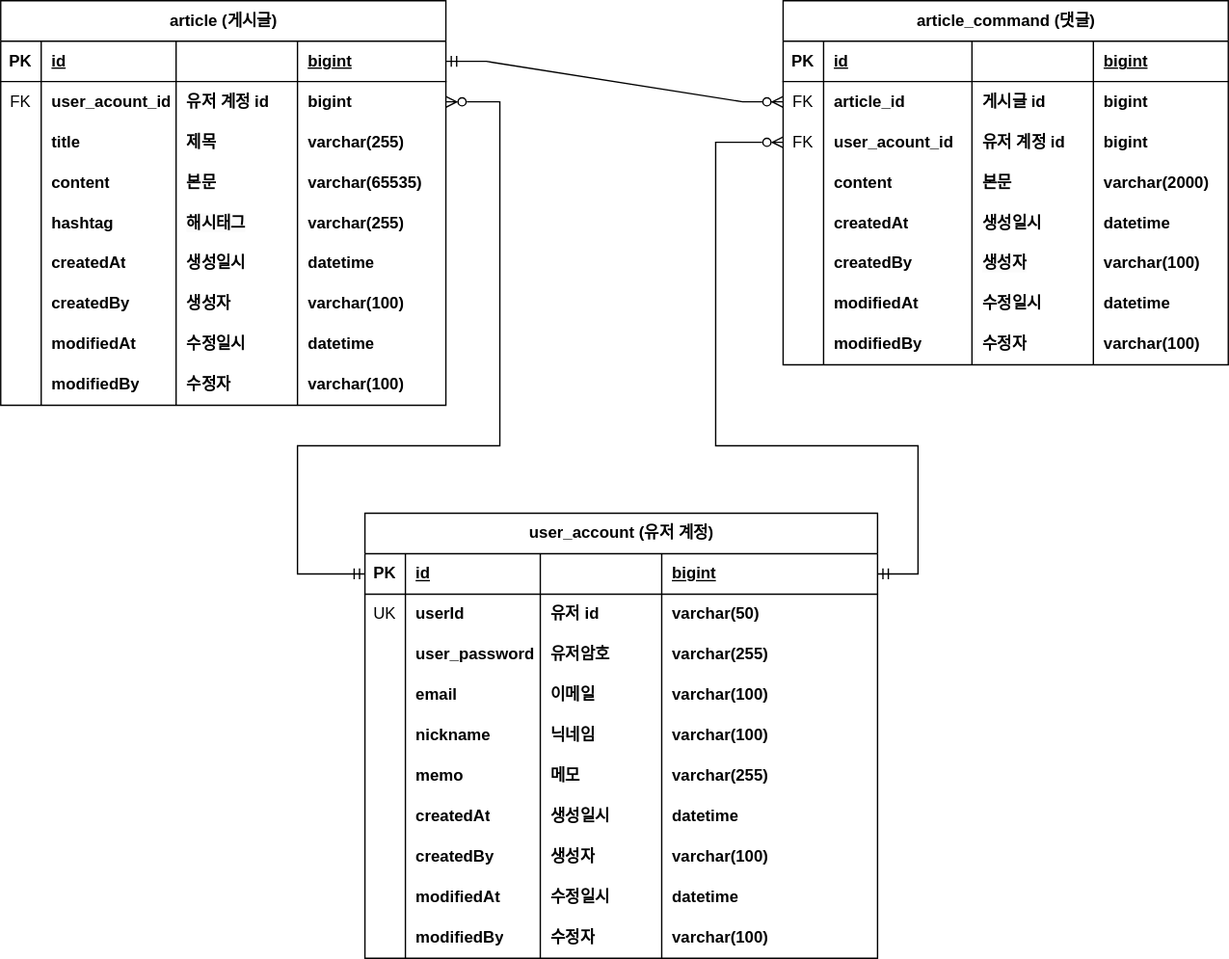
The draw.io diagram document/project-board-erd.svg in Yang-Sooyoung/fastcampus-project-board, before a commit. Source tidied: cells renumbered, new cells last; positions are measured from the earlier drawing's top-left corner, leaving out a move shared by most shapes.
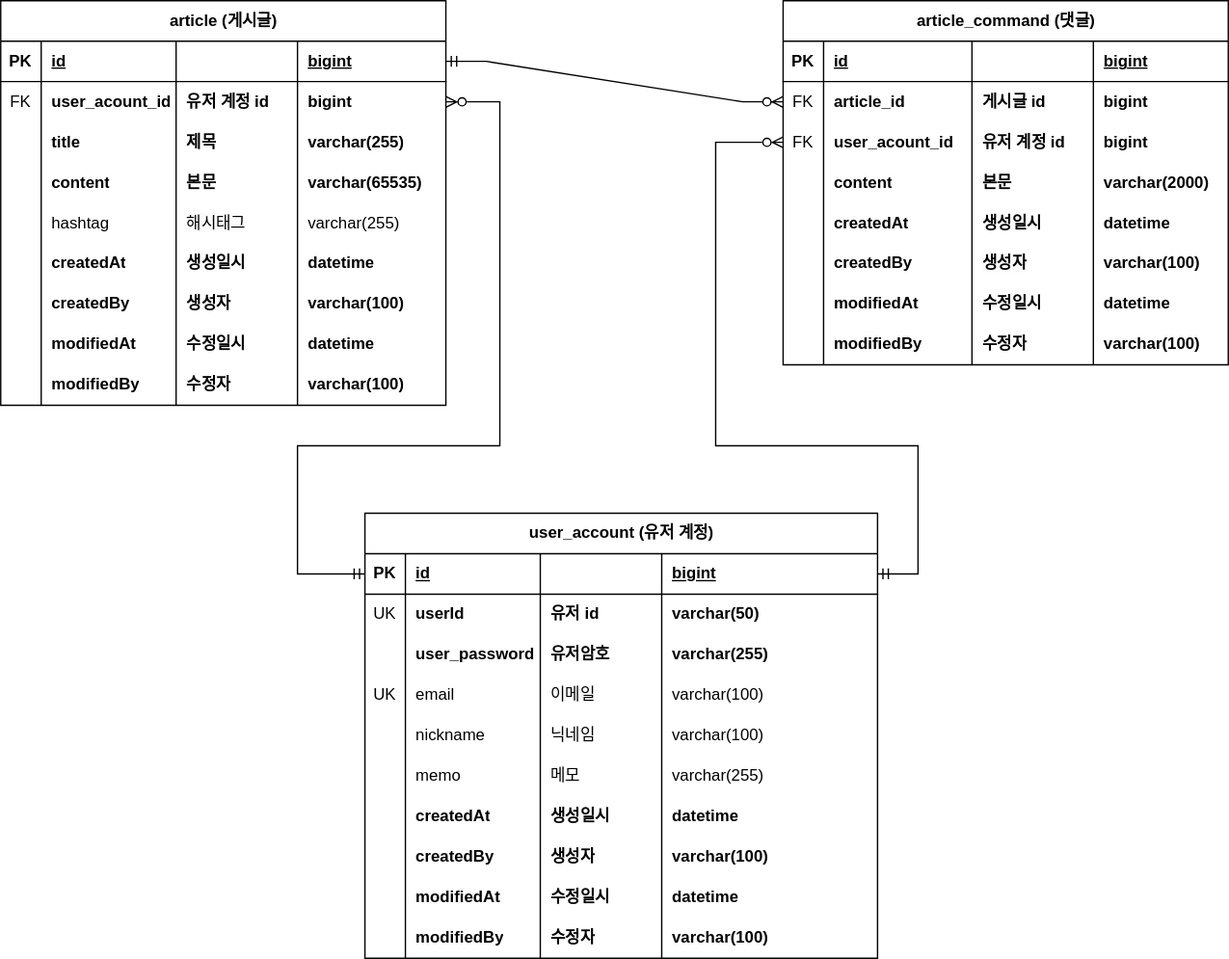
After the change.

Commit message:
#35 - erd 업데이트: 회원 계정 도메인의 이메일에 유니크 키 추가

Diff of the diagram source:
```diff
@@ -71,13 +71,13 @@
     <mxCell id="24" style="shape=partialRectangle;fillColor=none;top=0;left=0;bottom=0;right=0;overflow=hidden;whiteSpace=wrap;html=1;" parent="23" vertex="1">
       <mxGeometry width="30" height="30" as="geometry" />
     </mxCell>
-    <mxCell id="25" value="hashtag" style="shape=partialRectangle;fillColor=none;top=0;left=0;bottom=0;right=0;align=left;spacingLeft=6;overflow=hidden;whiteSpace=wrap;html=1;fontStyle=1;" parent="23" vertex="1">
+    <mxCell id="25" value="hashtag" style="shape=partialRectangle;fillColor=none;top=0;left=0;bottom=0;right=0;align=left;spacingLeft=6;overflow=hidden;whiteSpace=wrap;html=1;fontStyle=0;" parent="23" vertex="1">
       <mxGeometry x="30" width="100" height="30" as="geometry" />
     </mxCell>
-    <mxCell id="26" value="&lt;span style=&quot;color: rgb(0, 0, 0); font-family: Helvetica; font-size: 12px; font-style: normal; font-variant-ligatures: normal; font-variant-caps: normal; font-weight: 700; letter-spacing: normal; orphans: 2; text-align: left; text-indent: 0px; text-transform: none; widows: 2; word-spacing: 0px; -webkit-text-stroke-width: 0px; background-color: rgb(251, 251, 251); text-decoration-thickness: initial; text-decoration-style: initial; text-decoration-color: initial; float: none; display: inline !important;&quot;&gt;해시태그&lt;/span&gt;" style="shape=partialRectangle;fillColor=none;top=0;left=0;bottom=0;right=0;align=left;spacingLeft=6;overflow=hidden;whiteSpace=wrap;html=1;fontStyle=1;" parent="23" vertex="1">
+    <mxCell id="26" value="&lt;span style=&quot;color: rgb(0, 0, 0); font-family: Helvetica; font-size: 12px; font-style: normal; font-variant-ligatures: normal; font-variant-caps: normal; letter-spacing: normal; orphans: 2; text-align: left; text-indent: 0px; text-transform: none; widows: 2; word-spacing: 0px; -webkit-text-stroke-width: 0px; background-color: rgb(251, 251, 251); text-decoration-thickness: initial; text-decoration-style: initial; text-decoration-color: initial; float: none; display: inline !important;&quot;&gt;해시태그&lt;/span&gt;" style="shape=partialRectangle;fillColor=none;top=0;left=0;bottom=0;right=0;align=left;spacingLeft=6;overflow=hidden;whiteSpace=wrap;html=1;fontStyle=0;" parent="23" vertex="1">
       <mxGeometry x="130" width="90" height="30" as="geometry" />
     </mxCell>
-    <mxCell id="27" value="varchar(255)" style="shape=partialRectangle;fillColor=none;top=0;left=0;bottom=0;right=0;align=left;spacingLeft=6;overflow=hidden;whiteSpace=wrap;html=1;fontStyle=1;" parent="23" vertex="1">
+    <mxCell id="27" value="varchar(255)" style="shape=partialRectangle;fillColor=none;top=0;left=0;bottom=0;right=0;align=left;spacingLeft=6;overflow=hidden;whiteSpace=wrap;html=1;fontStyle=0;" parent="23" vertex="1">
       <mxGeometry x="220" width="110" height="30" as="geometry" />
     </mxCell>
     <mxCell id="28" style="shape=tableRow;horizontal=0;startSize=0;swimlaneHead=0;swimlaneBody=0;fillColor=none;top=0;left=0;right=0;bottom=0;" parent="2" vertex="1">
@@ -317,16 +317,16 @@
     <mxCell id="106" style="shape=tableRow;horizontal=0;startSize=0;swimlaneHead=0;swimlaneBody=0;fillColor=none;top=0;left=0;right=0;bottom=0;" parent="90" vertex="1">
       <mxGeometry y="120" width="380" height="30" as="geometry" />
     </mxCell>
-    <mxCell id="107" style="shape=partialRectangle;fillColor=none;top=0;left=0;bottom=0;right=0;overflow=hidden;whiteSpace=wrap;html=1;" parent="106" vertex="1">
+    <mxCell id="107" value="UK" style="shape=partialRectangle;fillColor=none;top=0;left=0;bottom=0;right=0;overflow=hidden;whiteSpace=wrap;html=1;" parent="106" vertex="1">
       <mxGeometry width="30" height="30" as="geometry" />
     </mxCell>
-    <mxCell id="108" value="email" style="shape=partialRectangle;fillColor=none;top=0;left=0;bottom=0;right=0;align=left;spacingLeft=6;overflow=hidden;whiteSpace=wrap;html=1;fontStyle=1;" parent="106" vertex="1">
+    <mxCell id="108" value="email" style="shape=partialRectangle;fillColor=none;top=0;left=0;bottom=0;right=0;align=left;spacingLeft=6;overflow=hidden;whiteSpace=wrap;html=1;fontStyle=0;" parent="106" vertex="1">
       <mxGeometry x="30" width="100" height="30" as="geometry" />
     </mxCell>
-    <mxCell id="109" value="이메일" style="shape=partialRectangle;fillColor=none;top=0;left=0;bottom=0;right=0;align=left;spacingLeft=6;overflow=hidden;whiteSpace=wrap;html=1;fontStyle=1;" parent="106" vertex="1">
+    <mxCell id="109" value="이메일" style="shape=partialRectangle;fillColor=none;top=0;left=0;bottom=0;right=0;align=left;spacingLeft=6;overflow=hidden;whiteSpace=wrap;html=1;fontStyle=0;" parent="106" vertex="1">
       <mxGeometry x="130" width="90" height="30" as="geometry" />
     </mxCell>
-    <mxCell id="110" value="varchar(100)" style="shape=partialRectangle;fillColor=none;top=0;left=0;bottom=0;right=0;align=left;spacingLeft=6;overflow=hidden;whiteSpace=wrap;html=1;fontStyle=1;" parent="106" vertex="1">
+    <mxCell id="110" value="varchar(100)" style="shape=partialRectangle;fillColor=none;top=0;left=0;bottom=0;right=0;align=left;spacingLeft=6;overflow=hidden;whiteSpace=wrap;html=1;fontStyle=0;" parent="106" vertex="1">
       <mxGeometry x="220" width="160" height="30" as="geometry" />
     </mxCell>
     <mxCell id="111" style="shape=tableRow;horizontal=0;startSize=0;swimlaneHead=0;swimlaneBody=0;fillColor=none;top=0;left=0;right=0;bottom=0;" parent="90" vertex="1">
@@ -335,13 +335,13 @@
     <mxCell id="112" style="shape=partialRectangle;fillColor=none;top=0;left=0;bottom=0;right=0;overflow=hidden;whiteSpace=wrap;html=1;" parent="111" vertex="1">
       <mxGeometry width="30" height="30" as="geometry" />
     </mxCell>
-    <mxCell id="113" value="nickname" style="shape=partialRectangle;fillColor=none;top=0;left=0;bottom=0;right=0;align=left;spacingLeft=6;overflow=hidden;whiteSpace=wrap;html=1;fontStyle=1;" parent="111" vertex="1">
+    <mxCell id="113" value="nickname" style="shape=partialRectangle;fillColor=none;top=0;left=0;bottom=0;right=0;align=left;spacingLeft=6;overflow=hidden;whiteSpace=wrap;html=1;fontStyle=0;" parent="111" vertex="1">
       <mxGeometry x="30" width="100" height="30" as="geometry" />
     </mxCell>
-    <mxCell id="114" value="닉네임" style="shape=partialRectangle;fillColor=none;top=0;left=0;bottom=0;right=0;align=left;spacingLeft=6;overflow=hidden;whiteSpace=wrap;html=1;fontStyle=1;" parent="111" vertex="1">
+    <mxCell id="114" value="닉네임" style="shape=partialRectangle;fillColor=none;top=0;left=0;bottom=0;right=0;align=left;spacingLeft=6;overflow=hidden;whiteSpace=wrap;html=1;fontStyle=0;" parent="111" vertex="1">
       <mxGeometry x="130" width="90" height="30" as="geometry" />
     </mxCell>
-    <mxCell id="115" value="varchar(100)" style="shape=partialRectangle;fillColor=none;top=0;left=0;bottom=0;right=0;align=left;spacingLeft=6;overflow=hidden;whiteSpace=wrap;html=1;fontStyle=1;" parent="111" vertex="1">
+    <mxCell id="115" value="varchar(100)" style="shape=partialRectangle;fillColor=none;top=0;left=0;bottom=0;right=0;align=left;spacingLeft=6;overflow=hidden;whiteSpace=wrap;html=1;fontStyle=0;" parent="111" vertex="1">
       <mxGeometry x="220" width="160" height="30" as="geometry" />
     </mxCell>
     <mxCell id="116" style="shape=tableRow;horizontal=0;startSize=0;swimlaneHead=0;swimlaneBody=0;fillColor=none;top=0;left=0;right=0;bottom=0;" parent="90" vertex="1">
@@ -350,13 +350,13 @@
     <mxCell id="117" style="shape=partialRectangle;fillColor=none;top=0;left=0;bottom=0;right=0;overflow=hidden;whiteSpace=wrap;html=1;" parent="116" vertex="1">
       <mxGeometry width="30" height="30" as="geometry" />
     </mxCell>
-    <mxCell id="118" value="memo" style="shape=partialRectangle;fillColor=none;top=0;left=0;bottom=0;right=0;align=left;spacingLeft=6;overflow=hidden;whiteSpace=wrap;html=1;fontStyle=1;" parent="116" vertex="1">
+    <mxCell id="118" value="memo" style="shape=partialRectangle;fillColor=none;top=0;left=0;bottom=0;right=0;align=left;spacingLeft=6;overflow=hidden;whiteSpace=wrap;html=1;fontStyle=0;" parent="116" vertex="1">
       <mxGeometry x="30" width="100" height="30" as="geometry" />
     </mxCell>
-    <mxCell id="119" value="메모" style="shape=partialRectangle;fillColor=none;top=0;left=0;bottom=0;right=0;align=left;spacingLeft=6;overflow=hidden;whiteSpace=wrap;html=1;fontStyle=1;" parent="116" vertex="1">
+    <mxCell id="119" value="메모" style="shape=partialRectangle;fillColor=none;top=0;left=0;bottom=0;right=0;align=left;spacingLeft=6;overflow=hidden;whiteSpace=wrap;html=1;fontStyle=0;" parent="116" vertex="1">
       <mxGeometry x="130" width="90" height="30" as="geometry" />
     </mxCell>
-    <mxCell id="120" value="varchar(255)" style="shape=partialRectangle;fillColor=none;top=0;left=0;bottom=0;right=0;align=left;spacingLeft=6;overflow=hidden;whiteSpace=wrap;html=1;fontStyle=1;" parent="116" vertex="1">
+    <mxCell id="120" value="varchar(255)" style="shape=partialRectangle;fillColor=none;top=0;left=0;bottom=0;right=0;align=left;spacingLeft=6;overflow=hidden;whiteSpace=wrap;html=1;fontStyle=0;" parent="116" vertex="1">
       <mxGeometry x="220" width="160" height="30" as="geometry" />
     </mxCell>
     <mxCell id="121" style="shape=tableRow;horizontal=0;startSize=0;swimlaneHead=0;swimlaneBody=0;fillColor=none;top=0;left=0;right=0;bottom=0;" parent="90" vertex="1">
```
